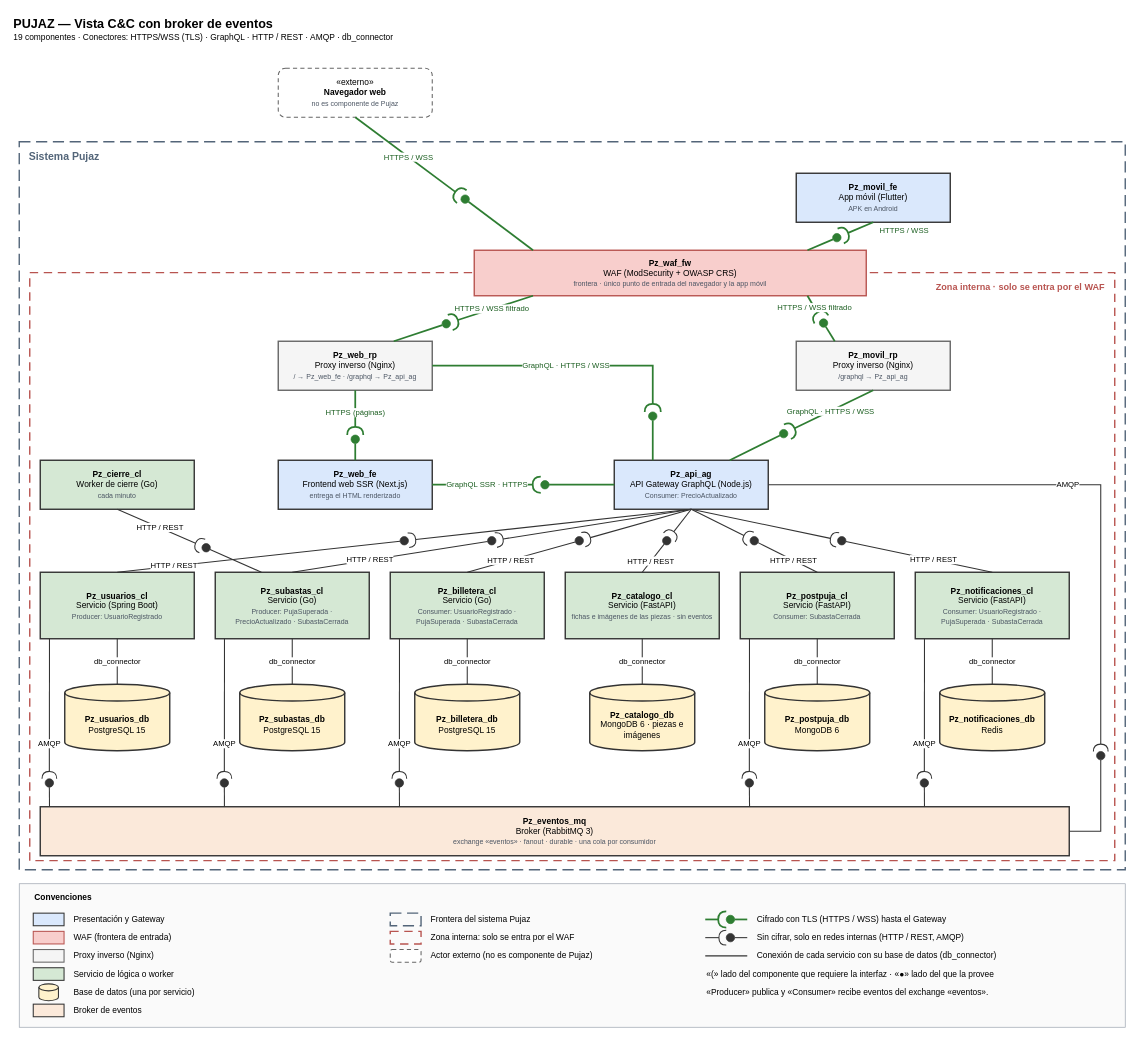
The draw.io diagram docs/vistas/cc/vista-cc-ball-socket.drawio in heider88/Pujaz, before the edit. Source tidied: cells renumbered, new cells numbered last; positions are measured from the earlier drawing's top-left corner, leaving out a move shared by most shapes. Both pictures are drawn from the tidied source at 70%, with x=0, y=0 at pixel (12, 12).
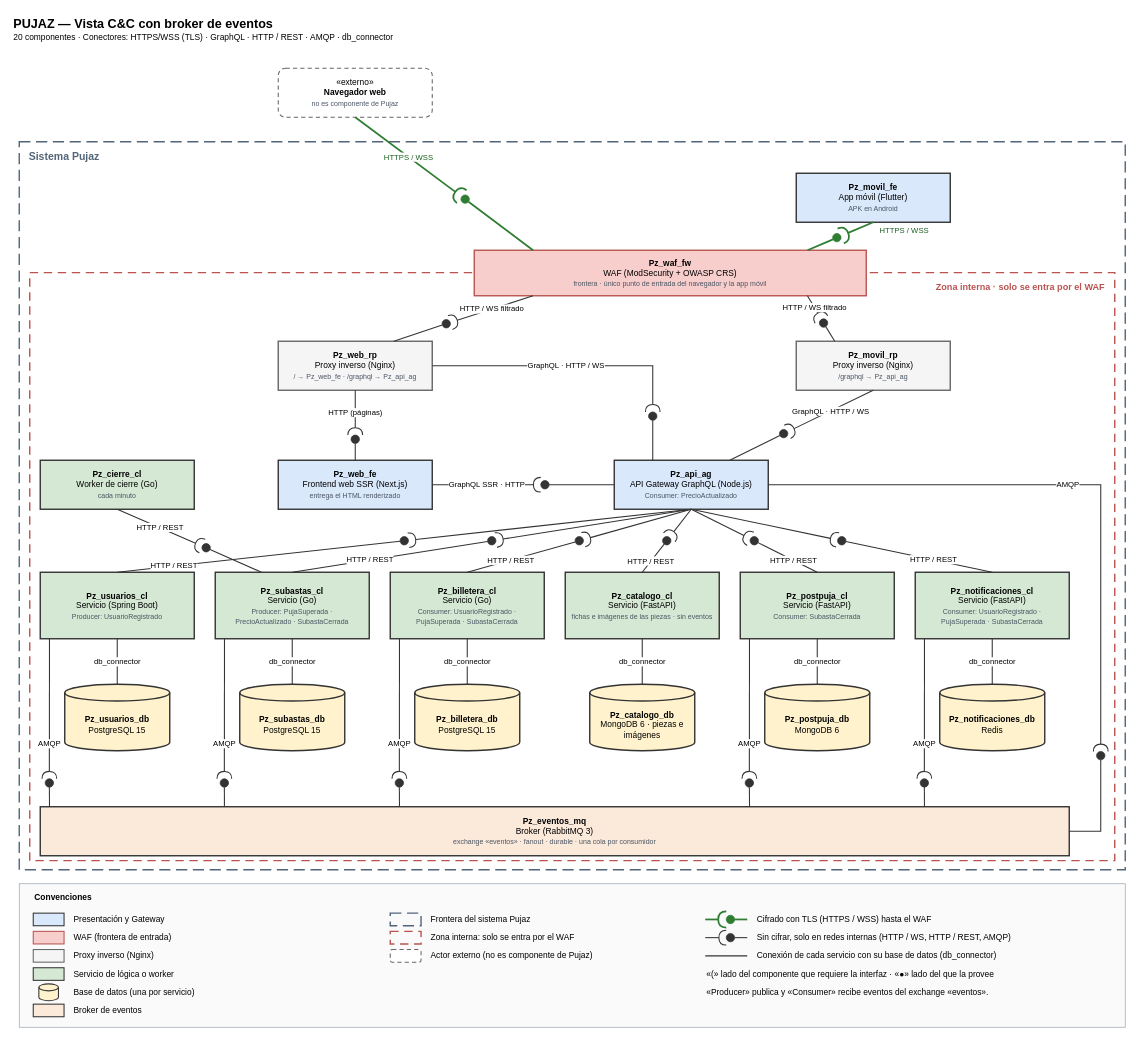
The same page after the edit.

Commit message (it also covers changes not shown here):
docs(vistas): marcar en la vista C&C que el TLS termina en el WAF

Unchanged cells that the change refers to:
```xml
<mxCell id="7" value="&lt;b&gt;Pz_api_ag&lt;/b&gt;&lt;br&gt;API Gateway GraphQL (Node.js)&lt;br&gt;&lt;font style='font-size:10px;color:#4B5563'&gt;Consumer: PrecioActualizado&lt;/font&gt;" style="rounded=0;whiteSpace=wrap;html=1;fontSize=12;strokeColor=#333333;strokeWidth=2;fillColor=#DAE8FC;" parent="1" vertex="1">
  <mxGeometry x="860" y="640" width="220" height="70" as="geometry" />
</mxCell>
<mxCell id="53" value="&lt;b&gt;Pz_waf_fw&lt;/b&gt;&lt;br&gt;WAF (ModSecurity + OWASP CRS)&lt;br&gt;&lt;font style='font-size:10px;color:#4B5563'&gt;frontera · único punto de entrada del navegador y la app móvil&lt;/font&gt;" style="rounded=0;whiteSpace=wrap;html=1;fontSize=12;strokeWidth=2;fillColor=#F8CECC;strokeColor=#B85450;" parent="1" vertex="1">
  <mxGeometry x="660" y="340" width="560" height="65" as="geometry" />
</mxCell>
<mxCell id="54" value="&lt;b&gt;Pz_web_rp&lt;/b&gt;&lt;br&gt;Proxy inverso (Nginx)&lt;br&gt;&lt;font style='font-size:10px;color:#4B5563'&gt;/ → Pz_web_fe · /graphql → Pz_api_ag&lt;/font&gt;" style="rounded=0;whiteSpace=wrap;html=1;fontSize=12;strokeWidth=2;fillColor=#F5F5F5;strokeColor=#666666;" parent="1" vertex="1">
  <mxGeometry x="380" y="470" width="220" height="70" as="geometry" />
</mxCell>
<mxCell id="55" value="&lt;b&gt;Pz_movil_rp&lt;/b&gt;&lt;br&gt;Proxy inverso (Nginx)&lt;br&gt;&lt;font style='font-size:10px;color:#4B5563'&gt;/graphql → Pz_api_ag&lt;/font&gt;" style="rounded=0;whiteSpace=wrap;html=1;fontSize=12;strokeWidth=2;fillColor=#F5F5F5;strokeColor=#666666;" parent="1" vertex="1">
  <mxGeometry x="1120" y="470" width="220" height="70" as="geometry" />
</mxCell>
<mxCell id="56" value="&lt;b&gt;Pz_web_fe&lt;/b&gt;&lt;br&gt;Frontend web SSR (Next.js)&lt;br&gt;&lt;font style='font-size:10px;color:#4B5563'&gt;entrega el HTML renderizado&lt;/font&gt;" style="rounded=0;whiteSpace=wrap;html=1;fontSize=12;strokeWidth=2;fillColor=#DAE8FC;strokeColor=#333333;" parent="1" vertex="1">
  <mxGeometry x="380" y="640" width="220" height="70" as="geometry" />
</mxCell>
```

What changed in the source:
```diff
@@
-    <mxCell id="2" value="&lt;b style='font-size:18px'&gt;PUJAZ — Vista C&amp;amp;C con broker de eventos&lt;/b&gt;&lt;br&gt;&lt;font style='font-size:12px'&gt;19 componentes · Conectores: HTTPS/WSS (TLS) · GraphQL · HTTP / REST · AMQP · db_connector&lt;/font&gt;" style="text;html=1;align=left;verticalAlign=top;" parent="1" vertex="1">
+    <mxCell id="2" value="&lt;b style='font-size:18px'&gt;PUJAZ — Vista C&amp;amp;C con broker de eventos&lt;/b&gt;&lt;br&gt;&lt;font style='font-size:12px'&gt;20 componentes · Conectores: HTTPS/WSS (TLS) · GraphQL · HTTP / REST · AMQP · db_connector&lt;/font&gt;" style="text;html=1;align=left;verticalAlign=top;" parent="1" vertex="1">
       <mxGeometry width="1500" height="55" as="geometry" />
     </mxCell>
@@
-    <mxCell id="59" value="HTTPS / WSS filtrado" style="html=1;rounded=0;fontSize=11;labelBackgroundColor=#FFFFFF;strokeColor=#2E7D32;strokeWidth=2.5;fontColor=#1B5E20;exitX=0.15;exitY=1.0;endArrow=halfCircle;endFill=0;endSize=8;" parent="1" edge="1" source="53" target="111">
+    <mxCell id="59" value="HTTP / WS filtrado" style="html=1;rounded=0;fontSize=11;labelBackgroundColor=#FFFFFF;strokeColor=#333333;strokeWidth=1.5;exitX=0.15;exitY=1.0;endArrow=halfCircle;endFill=0;endSize=8;" parent="1" edge="1" source="53" target="111">
       <mxGeometry relative="1" as="geometry" />
     </mxCell>
-    <mxCell id="60" style="html=1;rounded=0;fontSize=11;labelBackgroundColor=#FFFFFF;strokeColor=#2E7D32;strokeWidth=2.5;fontColor=#1B5E20;entryX=0.75;entryY=0.0;endArrow=none;" parent="1" edge="1" source="111" target="54">
+    <mxCell id="60" style="html=1;rounded=0;fontSize=11;labelBackgroundColor=#FFFFFF;strokeColor=#333333;strokeWidth=1.5;entryX=0.75;entryY=0.0;endArrow=none;" parent="1" edge="1" source="111" target="54">
       <mxGeometry relative="1" as="geometry" />
     </mxCell>
-    <mxCell id="61" value="HTTPS / WSS filtrado" style="html=1;rounded=0;fontSize=11;labelBackgroundColor=#FFFFFF;strokeColor=#2E7D32;strokeWidth=2.5;fontColor=#1B5E20;exitX=0.85;exitY=1.0;endArrow=halfCircle;endFill=0;endSize=8;" parent="1" edge="1" source="53" target="112">
+    <mxCell id="61" value="HTTP / WS filtrado" style="html=1;rounded=0;fontSize=11;labelBackgroundColor=#FFFFFF;strokeColor=#333333;strokeWidth=1.5;exitX=0.85;exitY=1.0;endArrow=halfCircle;endFill=0;endSize=8;" parent="1" edge="1" source="53" target="112">
       <mxGeometry relative="1" as="geometry" />
     </mxCell>
-    <mxCell id="62" style="html=1;rounded=0;fontSize=11;labelBackgroundColor=#FFFFFF;strokeColor=#2E7D32;strokeWidth=2.5;fontColor=#1B5E20;entryX=0.25;entryY=0.0;endArrow=none;" parent="1" edge="1" source="112" target="55">
+    <mxCell id="62" style="html=1;rounded=0;fontSize=11;labelBackgroundColor=#FFFFFF;strokeColor=#333333;strokeWidth=1.5;entryX=0.25;entryY=0.0;endArrow=none;" parent="1" edge="1" source="112" target="55">
       <mxGeometry relative="1" as="geometry" />
     </mxCell>
-    <mxCell id="63" value="HTTPS (páginas)" style="html=1;rounded=0;fontSize=11;labelBackgroundColor=#FFFFFF;strokeColor=#2E7D32;strokeWidth=2.5;fontColor=#1B5E20;exitX=0.5;exitY=1.0;endArrow=halfCircle;endFill=0;endSize=8;" parent="1" edge="1" source="54" target="113">
+    <mxCell id="63" value="HTTP (páginas)" style="html=1;rounded=0;fontSize=11;labelBackgroundColor=#FFFFFF;strokeColor=#333333;strokeWidth=1.5;exitX=0.5;exitY=1.0;endArrow=halfCircle;endFill=0;endSize=8;" parent="1" edge="1" source="54" target="113">
       <mxGeometry relative="1" as="geometry" />
     </mxCell>
-    <mxCell id="64" style="html=1;rounded=0;fontSize=11;labelBackgroundColor=#FFFFFF;strokeColor=#2E7D32;strokeWidth=2.5;fontColor=#1B5E20;entryX=0.5;entryY=0.0;endArrow=none;" parent="1" edge="1" source="113" target="56">
+    <mxCell id="64" style="html=1;rounded=0;fontSize=11;labelBackgroundColor=#FFFFFF;strokeColor=#333333;strokeWidth=1.5;entryX=0.5;entryY=0.0;endArrow=none;" parent="1" edge="1" source="113" target="56">
       <mxGeometry relative="1" as="geometry" />
     </mxCell>
-    <mxCell id="65" value="GraphQL · HTTPS / WSS" style="html=1;rounded=0;fontSize=11;labelBackgroundColor=#FFFFFF;strokeColor=#2E7D32;strokeWidth=2.5;fontColor=#1B5E20;exitX=1.0;exitY=0.5;endArrow=halfCircle;endFill=0;endSize=8;" parent="1" edge="1" source="54" target="114">
+    <mxCell id="65" value="GraphQL · HTTP / WS" style="html=1;rounded=0;fontSize=11;labelBackgroundColor=#FFFFFF;strokeColor=#333333;strokeWidth=1.5;exitX=1.0;exitY=0.5;endArrow=halfCircle;endFill=0;endSize=8;" parent="1" edge="1" source="54" target="114">
       <mxGeometry relative="1" as="geometry">
         <Array as="points">
           <mxPoint x="915" y="505" />
         </Array>
       </mxGeometry>
     </mxCell>
-    <mxCell id="66" style="html=1;rounded=0;fontSize=11;labelBackgroundColor=#FFFFFF;strokeColor=#2E7D32;strokeWidth=2.5;fontColor=#1B5E20;entryX=0.25;entryY=0.0;endArrow=none;" parent="1" edge="1" source="114" target="7">
+    <mxCell id="66" style="html=1;rounded=0;fontSize=11;labelBackgroundColor=#FFFFFF;strokeColor=#333333;strokeWidth=1.5;entryX=0.25;entryY=0.0;endArrow=none;" parent="1" edge="1" source="114" target="7">
       <mxGeometry relative="1" as="geometry" />
     </mxCell>
-    <mxCell id="67" value="GraphQL · HTTPS / WSS" style="html=1;rounded=0;fontSize=11;labelBackgroundColor=#FFFFFF;strokeColor=#2E7D32;strokeWidth=2.5;fontColor=#1B5E20;exitX=0.5;exitY=1.0;endArrow=halfCircle;endFill=0;endSize=8;" parent="1" edge="1" source="55" target="115">
+    <mxCell id="67" value="GraphQL · HTTP / WS" style="html=1;rounded=0;fontSize=11;labelBackgroundColor=#FFFFFF;strokeColor=#333333;strokeWidth=1.5;exitX=0.5;exitY=1.0;endArrow=halfCircle;endFill=0;endSize=8;" parent="1" edge="1" source="55" target="115">
       <mxGeometry relative="1" as="geometry" />
     </mxCell>
-    <mxCell id="68" style="html=1;rounded=0;fontSize=11;labelBackgroundColor=#FFFFFF;strokeColor=#2E7D32;strokeWidth=2.5;fontColor=#1B5E20;entryX=0.75;entryY=0.0;endArrow=none;" parent="1" edge="1" source="115" target="7">
+    <mxCell id="68" style="html=1;rounded=0;fontSize=11;labelBackgroundColor=#FFFFFF;strokeColor=#333333;strokeWidth=1.5;entryX=0.75;entryY=0.0;endArrow=none;" parent="1" edge="1" source="115" target="7">
       <mxGeometry relative="1" as="geometry" />
     </mxCell>
-    <mxCell id="69" value="GraphQL SSR · HTTPS" style="html=1;rounded=0;fontSize=11;labelBackgroundColor=#FFFFFF;strokeColor=#2E7D32;strokeWidth=2.5;fontColor=#1B5E20;exitX=1.0;exitY=0.5;endArrow=halfCircle;endFill=0;endSize=8;" parent="1" edge="1" source="56" target="116">
+    <mxCell id="69" value="GraphQL SSR · HTTP" style="html=1;rounded=0;fontSize=11;labelBackgroundColor=#FFFFFF;strokeColor=#333333;strokeWidth=1.5;exitX=1.0;exitY=0.5;endArrow=halfCircle;endFill=0;endSize=8;" parent="1" edge="1" source="56" target="116">
       <mxGeometry relative="1" as="geometry" />
     </mxCell>
-    <mxCell id="70" style="html=1;rounded=0;fontSize=11;labelBackgroundColor=#FFFFFF;strokeColor=#2E7D32;strokeWidth=2.5;fontColor=#1B5E20;entryX=0.0;entryY=0.5;endArrow=none;" parent="1" edge="1" source="116" target="7">
+    <mxCell id="70" style="html=1;rounded=0;fontSize=11;labelBackgroundColor=#FFFFFF;strokeColor=#333333;strokeWidth=1.5;entryX=0.0;entryY=0.5;endArrow=none;" parent="1" edge="1" source="116" target="7">
       <mxGeometry relative="1" as="geometry" />
     </mxCell>
@@
-    <mxCell id="94" value="Cifrado con TLS (HTTPS / WSS) hasta el Gateway" style="text;html=1;align=left;verticalAlign=middle;fontSize=12;" parent="1" vertex="1">
+    <mxCell id="94" value="Cifrado con TLS (HTTPS / WSS) hasta el WAF" style="text;html=1;align=left;verticalAlign=middle;fontSize=12;" parent="1" vertex="1">
       <mxGeometry x="1062" y="1285" width="520" height="22" as="geometry" />
     </mxCell>
-    <mxCell id="95" value="Sin cifrar, solo en redes internas (HTTP / REST, AMQP)" style="text;html=1;align=left;verticalAlign=middle;fontSize=12;" parent="1" vertex="1">
+    <mxCell id="95" value="Sin cifrar, solo en redes internas (HTTP / WS, HTTP / REST, AMQP)" style="text;html=1;align=left;verticalAlign=middle;fontSize=12;" parent="1" vertex="1">
       <mxGeometry x="1062" y="1311" width="520" height="22" as="geometry" />
     </mxCell>
@@
-    <mxCell id="111" style="ellipse;html=1;fillColor=#2E7D32;strokeColor=#2E7D32;" parent="1" vertex="1">
+    <mxCell id="111" style="ellipse;html=1;fillColor=#333333;strokeColor=#333333;" parent="1" vertex="1">
       <mxGeometry x="614" y="439" width="12" height="12" as="geometry" />
     </mxCell>
-    <mxCell id="112" style="ellipse;html=1;fillColor=#2E7D32;strokeColor=#2E7D32;" parent="1" vertex="1">
+    <mxCell id="112" style="ellipse;html=1;fillColor=#333333;strokeColor=#333333;" parent="1" vertex="1">
       <mxGeometry x="1153" y="438" width="12" height="12" as="geometry" />
     </mxCell>
-    <mxCell id="113" style="ellipse;html=1;fillColor=#2E7D32;strokeColor=#2E7D32;" parent="1" vertex="1">
+    <mxCell id="113" style="ellipse;html=1;fillColor=#333333;strokeColor=#333333;" parent="1" vertex="1">
       <mxGeometry x="484" y="604" width="12" height="12" as="geometry" />
     </mxCell>
-    <mxCell id="114" style="ellipse;html=1;fillColor=#2E7D32;strokeColor=#2E7D32;" parent="1" vertex="1">
+    <mxCell id="114" style="ellipse;html=1;fillColor=#333333;strokeColor=#333333;" parent="1" vertex="1">
       <mxGeometry x="909" y="571" width="12" height="12" as="geometry" />
     </mxCell>
-    <mxCell id="115" style="ellipse;html=1;fillColor=#2E7D32;strokeColor=#2E7D32;" parent="1" vertex="1">
+    <mxCell id="115" style="ellipse;html=1;fillColor=#333333;strokeColor=#333333;" parent="1" vertex="1">
       <mxGeometry x="1096" y="596" width="12" height="12" as="geometry" />
     </mxCell>
-    <mxCell id="116" style="ellipse;html=1;fillColor=#2E7D32;strokeColor=#2E7D32;" parent="1" vertex="1">
+    <mxCell id="116" style="ellipse;html=1;fillColor=#333333;strokeColor=#333333;" parent="1" vertex="1">
       <mxGeometry x="755" y="669" width="12" height="12" as="geometry" />
     </mxCell>
```
